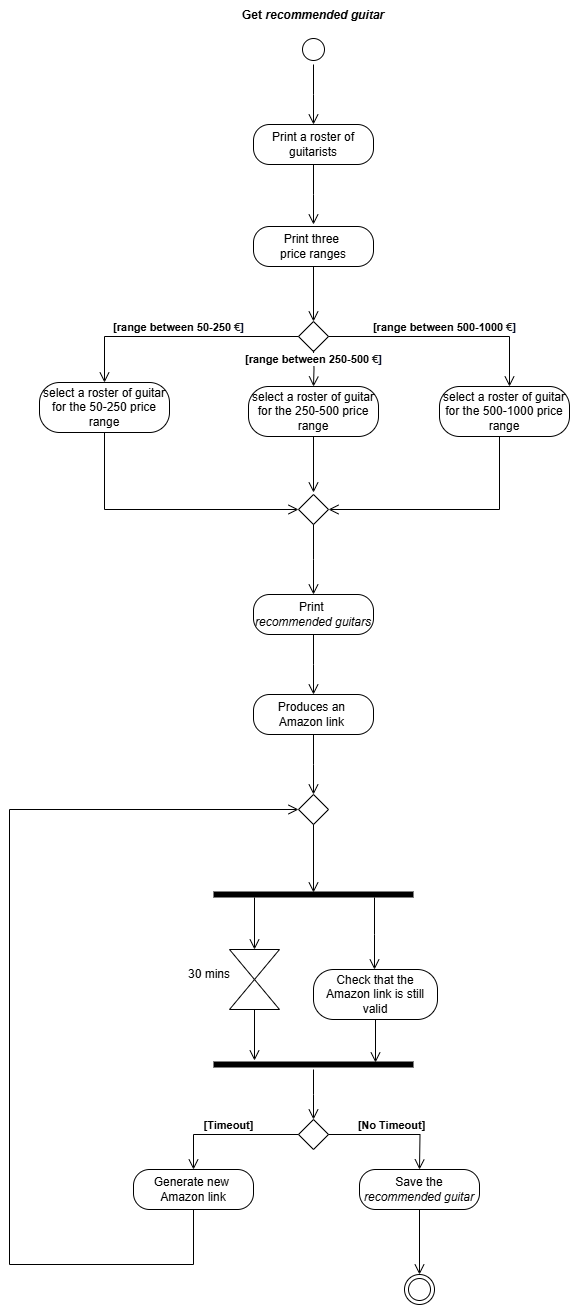
Earlier version of the draw.io export ActivityDiagramM.drawio.png (TizianoLilli/ISPW-Project). Source tidied: cells renumbered, new cells last; positions are measured from the earlier drawing's top-left corner, leaving out a move shared by most shapes.
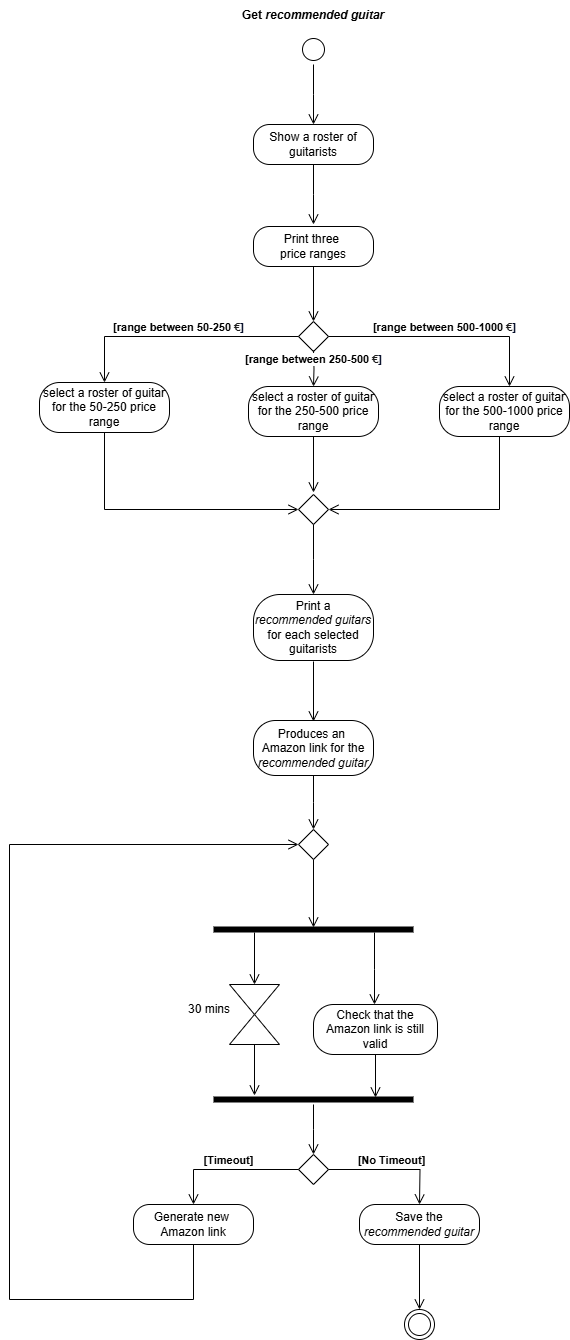
After the change.

Change to the diagram source:
```diff
@@ -59,7 +59,7 @@
     <mxCell id="13" value="select a roster of guitar for the 500-1000 price range" style="rounded=1;whiteSpace=wrap;html=1;arcSize=40;labelBackgroundColor=none;" parent="1" vertex="1">
       <mxGeometry x="430" y="386" width="130" height="50" as="geometry" />
     </mxCell>
-    <mxCell id="14" value="Print a roster of guitarists" style="rounded=1;whiteSpace=wrap;html=1;arcSize=40;labelBackgroundColor=none;" parent="1" vertex="1">
+    <mxCell id="14" value="Show a roster of guitarists" style="rounded=1;whiteSpace=wrap;html=1;arcSize=40;labelBackgroundColor=none;" parent="1" vertex="1">
       <mxGeometry x="244" y="124" width="120" height="40" as="geometry" />
     </mxCell>
     <mxCell id="15" style="edgeStyle=orthogonalEdgeStyle;html=1;verticalAlign=bottom;endArrow=open;endSize=8;rounded=0;labelBackgroundColor=none;fontColor=default;" parent="1" edge="1" source="14">
@@ -75,93 +75,94 @@
         <mxPoint x="304" y="594" as="targetPoint" />
       </mxGeometry>
     </mxCell>
-    <mxCell id="18" value="Print&amp;nbsp;&lt;div&gt;&lt;i&gt;recommended guitars&lt;/i&gt;&lt;/div&gt;" style="rounded=1;whiteSpace=wrap;html=1;arcSize=40;labelBackgroundColor=none;" parent="1" vertex="1">
-      <mxGeometry x="244" y="594" width="120" height="40" as="geometry" />
+    <mxCell id="18" value="Print a&lt;div&gt;&lt;i&gt;recommended guitars&lt;/i&gt;&lt;/div&gt;&lt;div&gt;for each selected guitarists&lt;/div&gt;" style="rounded=1;whiteSpace=wrap;html=1;arcSize=40;labelBackgroundColor=none;" parent="1" vertex="1">
+      <mxGeometry x="244" y="594" width="120" height="66" as="geometry" />
     </mxCell>
-    <mxCell id="19" style="edgeStyle=orthogonalEdgeStyle;html=1;verticalAlign=bottom;endArrow=open;endSize=8;rounded=0;labelBackgroundColor=none;fontColor=default;" parent="1" edge="1" source="18">
+    <mxCell id="19" style="edgeStyle=orthogonalEdgeStyle;html=1;verticalAlign=bottom;endArrow=open;endSize=8;rounded=0;labelBackgroundColor=none;fontColor=default;" parent="1" edge="1">
       <mxGeometry relative="1" as="geometry">
-        <mxPoint x="304" y="694" as="targetPoint" />
+        <mxPoint x="304" y="661" as="sourcePoint" />
+        <mxPoint x="304" y="721" as="targetPoint" />
       </mxGeometry>
     </mxCell>
-    <mxCell id="20" value="Produces an&amp;nbsp;&lt;div&gt;Amazon link&amp;nbsp;&lt;/div&gt;" style="rounded=1;whiteSpace=wrap;html=1;arcSize=40;labelBackgroundColor=none;" parent="1" vertex="1">
-      <mxGeometry x="244" y="694" width="120" height="40" as="geometry" />
+    <mxCell id="20" value="Produces an&amp;nbsp;&lt;div&gt;Amazon link for the&lt;/div&gt;&lt;div&gt;&lt;i&gt;recommended guitar&lt;/i&gt;&lt;/div&gt;" style="rounded=1;whiteSpace=wrap;html=1;arcSize=40;labelBackgroundColor=none;" parent="1" vertex="1">
+      <mxGeometry x="244" y="720" width="120" height="55" as="geometry" />
     </mxCell>
     <mxCell id="21" style="edgeStyle=orthogonalEdgeStyle;html=1;verticalAlign=bottom;endArrow=open;endSize=8;rounded=0;labelBackgroundColor=none;fontColor=default;" parent="1" edge="1" source="20">
       <mxGeometry relative="1" as="geometry">
-        <mxPoint x="304" y="794" as="targetPoint" />
+        <mxPoint x="304" y="829" as="targetPoint" />
       </mxGeometry>
     </mxCell>
     <mxCell id="22" style="shape=line;html=1;strokeWidth=6;labelBackgroundColor=none;" parent="1" vertex="1">
-      <mxGeometry x="204" y="889" width="200" height="10" as="geometry" />
+      <mxGeometry x="204" y="924" width="200" height="10" as="geometry" />
     </mxCell>
     <mxCell id="23" style="edgeStyle=orthogonalEdgeStyle;html=1;verticalAlign=bottom;endArrow=open;endSize=8;rounded=0;exitX=0.805;exitY=0.8;exitDx=0;exitDy=0;exitPerimeter=0;labelBackgroundColor=none;fontColor=default;" parent="1" edge="1" source="22">
       <mxGeometry relative="1" as="geometry">
-        <mxPoint x="365" y="969" as="targetPoint" />
+        <mxPoint x="365" y="1004" as="targetPoint" />
       </mxGeometry>
     </mxCell>
     <mxCell id="24" value="Check that the Amazon link is still valid" style="rounded=1;whiteSpace=wrap;html=1;arcSize=40;labelBackgroundColor=none;" parent="1" vertex="1">
-      <mxGeometry x="304" y="969" width="124" height="50" as="geometry" />
+      <mxGeometry x="304" y="1004" width="124" height="50" as="geometry" />
     </mxCell>
     <mxCell id="25" style="edgeStyle=orthogonalEdgeStyle;html=1;verticalAlign=bottom;endArrow=open;endSize=8;rounded=0;exitX=0.5;exitY=1;exitDx=0;exitDy=0;entryX=0.81;entryY=0.3;entryDx=0;entryDy=0;entryPerimeter=0;labelBackgroundColor=none;fontColor=default;" parent="1" edge="1" source="24" target="32">
       <mxGeometry relative="1" as="geometry" />
     </mxCell>
     <mxCell id="26" style="rhombus;whiteSpace=wrap;html=1;labelBackgroundColor=none;" parent="1" vertex="1">
-      <mxGeometry x="289" y="1119" width="30" height="30" as="geometry" />
+      <mxGeometry x="289" y="1154" width="30" height="30" as="geometry" />
     </mxCell>
     <mxCell id="27" style="triangle;whiteSpace=wrap;html=1;direction=south;labelBackgroundColor=none;" parent="1" vertex="1">
-      <mxGeometry x="220" y="949" width="50" height="30" as="geometry" />
+      <mxGeometry x="220" y="984" width="50" height="30" as="geometry" />
     </mxCell>
     <mxCell id="28" style="triangle;whiteSpace=wrap;html=1;direction=north;labelBackgroundColor=none;" parent="1" vertex="1">
-      <mxGeometry x="220" y="979" width="50" height="30" as="geometry" />
+      <mxGeometry x="220" y="1014" width="50" height="30" as="geometry" />
     </mxCell>
     <mxCell id="29" style="edgeStyle=orthogonalEdgeStyle;html=1;verticalAlign=bottom;endArrow=open;endSize=8;rounded=0;entryX=0;entryY=0.5;entryDx=0;entryDy=0;exitX=0.205;exitY=0.8;exitDx=0;exitDy=0;exitPerimeter=0;labelBackgroundColor=none;fontColor=default;" parent="1" edge="1" source="22" target="27">
       <mxGeometry relative="1" as="geometry" />
     </mxCell>
     <mxCell id="30" value="30 mins" style="text;html=1;align=center;verticalAlign=middle;whiteSpace=wrap;rounded=0;labelBackgroundColor=none;" parent="1" vertex="1">
-      <mxGeometry x="170" y="959" width="60" height="30" as="geometry" />
+      <mxGeometry x="170" y="994" width="60" height="30" as="geometry" />
     </mxCell>
     <mxCell id="31" style="edgeStyle=orthogonalEdgeStyle;html=1;verticalAlign=bottom;endArrow=open;endSize=8;rounded=0;entryX=0.205;entryY=0.1;entryDx=0;entryDy=0;exitX=0;exitY=0.5;exitDx=0;exitDy=0;entryPerimeter=0;labelBackgroundColor=none;fontColor=default;" parent="1" edge="1" source="28" target="32">
       <mxGeometry relative="1" as="geometry" />
     </mxCell>
     <mxCell id="32" style="shape=line;html=1;strokeWidth=6;labelBackgroundColor=none;" parent="1" vertex="1">
-      <mxGeometry x="204" y="1059" width="200" height="10" as="geometry" />
+      <mxGeometry x="204" y="1094" width="200" height="10" as="geometry" />
     </mxCell>
     <mxCell id="33" style="edgeStyle=orthogonalEdgeStyle;html=1;verticalAlign=bottom;endArrow=open;endSize=8;rounded=0;labelBackgroundColor=none;fontColor=default;" parent="1" edge="1" source="32">
       <mxGeometry relative="1" as="geometry">
-        <mxPoint x="304" y="1119" as="targetPoint" />
+        <mxPoint x="304" y="1154" as="targetPoint" />
       </mxGeometry>
     </mxCell>
     <mxCell id="34" value="&lt;b&gt;[No Timeout]&lt;/b&gt;" style="edgeStyle=orthogonalEdgeStyle;html=1;verticalAlign=bottom;endArrow=open;endSize=8;rounded=0;exitX=1;exitY=0.5;exitDx=0;exitDy=0;labelBackgroundColor=none;fontColor=default;" parent="1" edge="1" source="26">
       <mxGeometry relative="1" as="geometry">
-        <mxPoint x="410" y="1169" as="targetPoint" />
+        <mxPoint x="410" y="1204" as="targetPoint" />
       </mxGeometry>
     </mxCell>
     <mxCell id="35" value="Save the&lt;div&gt;&lt;i&gt;recommended guitar&lt;/i&gt;&lt;/div&gt;" style="rounded=1;whiteSpace=wrap;html=1;arcSize=40;labelBackgroundColor=none;" parent="1" vertex="1">
-      <mxGeometry x="350" y="1169" width="120" height="40" as="geometry" />
+      <mxGeometry x="350" y="1204" width="120" height="40" as="geometry" />
     </mxCell>
     <mxCell id="36" value="&lt;b&gt;[Timeout]&lt;/b&gt;" style="edgeStyle=orthogonalEdgeStyle;html=1;verticalAlign=bottom;endArrow=open;endSize=8;rounded=0;exitX=0;exitY=0.5;exitDx=0;exitDy=0;labelBackgroundColor=none;fontColor=default;" parent="1" edge="1" source="26" target="37">
       <mxGeometry relative="1" as="geometry" />
     </mxCell>
     <mxCell id="37" value="Generate new&amp;nbsp;&lt;div&gt;Amazon link&lt;/div&gt;" style="rounded=1;whiteSpace=wrap;html=1;arcSize=40;labelBackgroundColor=none;" parent="1" vertex="1">
-      <mxGeometry x="124" y="1169" width="120" height="40" as="geometry" />
+      <mxGeometry x="124" y="1204" width="120" height="40" as="geometry" />
     </mxCell>
     <mxCell id="38" style="edgeStyle=orthogonalEdgeStyle;html=1;verticalAlign=bottom;endArrow=open;endSize=8;rounded=0;exitX=0.5;exitY=1;exitDx=0;exitDy=0;entryX=0;entryY=0.5;entryDx=0;entryDy=0;labelBackgroundColor=none;fontColor=default;" parent="1" edge="1" source="37" target="39">
       <mxGeometry relative="1" as="geometry">
         <Array as="points">
-          <mxPoint x="184" y="1264" />
-          <mxPoint y="1264" />
-          <mxPoint y="809" />
+          <mxPoint x="184" y="1299" />
+          <mxPoint y="1299" />
+          <mxPoint y="844" />
         </Array>
       </mxGeometry>
     </mxCell>
     <mxCell id="39" style="rhombus;whiteSpace=wrap;html=1;labelBackgroundColor=none;" parent="1" vertex="1">
-      <mxGeometry x="289" y="794" width="30" height="30" as="geometry" />
+      <mxGeometry x="289" y="829" width="30" height="30" as="geometry" />
     </mxCell>
     <mxCell id="40" style="edgeStyle=orthogonalEdgeStyle;html=1;verticalAlign=bottom;endArrow=open;endSize=8;rounded=0;entryX=0.5;entryY=0.3;entryDx=0;entryDy=0;entryPerimeter=0;exitX=0.5;exitY=1;exitDx=0;exitDy=0;labelBackgroundColor=none;fontColor=default;" parent="1" edge="1" source="39" target="22">
       <mxGeometry relative="1" as="geometry" />
     </mxCell>
     <mxCell id="41" style="ellipse;html=1;shape=endState;labelBackgroundColor=none;" parent="1" vertex="1">
-      <mxGeometry x="395" y="1274" width="30" height="30" as="geometry" />
+      <mxGeometry x="395" y="1309" width="30" height="30" as="geometry" />
     </mxCell>
     <mxCell id="42" style="edgeStyle=orthogonalEdgeStyle;html=1;verticalAlign=bottom;endArrow=open;endSize=8;rounded=0;entryX=0.5;entryY=0;entryDx=0;entryDy=0;exitX=0.5;exitY=1;exitDx=0;exitDy=0;labelBackgroundColor=none;fontColor=default;" parent="1" edge="1" source="35" target="41">
       <mxGeometry relative="1" as="geometry" />
```
